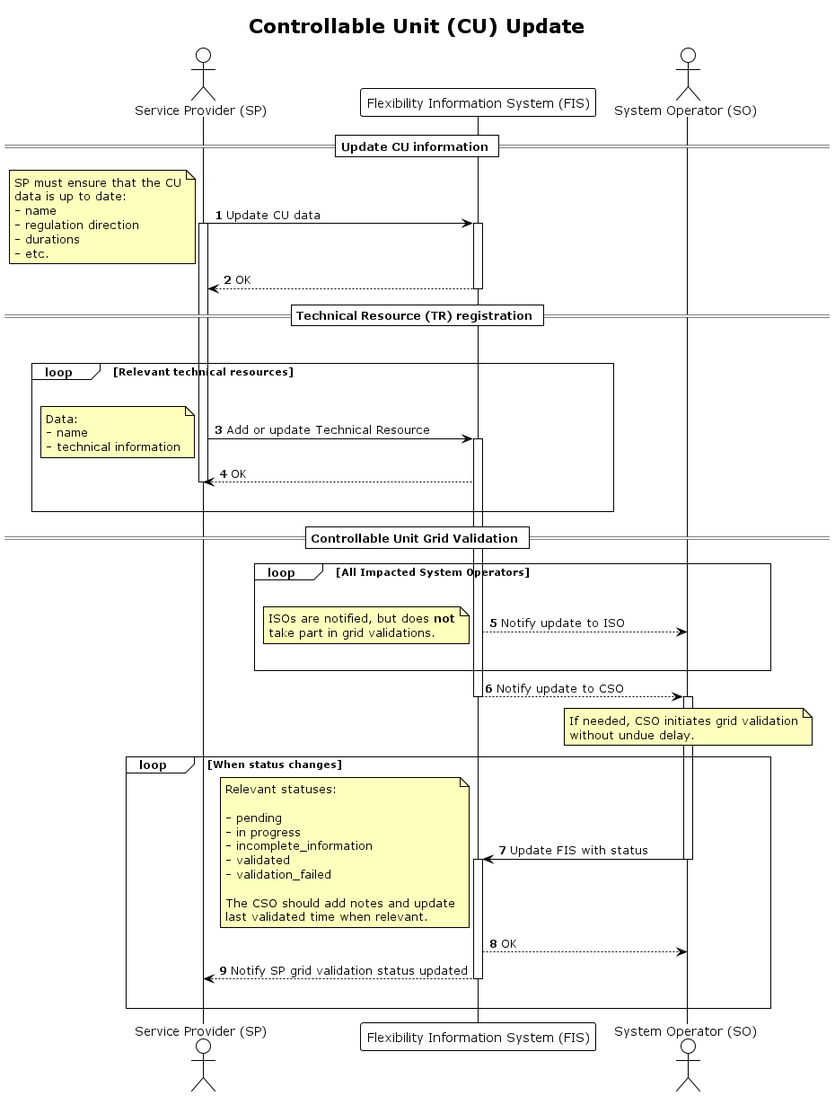
This is docs/diagrams/controllable_unit_update.png from elhub/flex-information-system, a PlantUML export, as it was before one commit. Source of this version:
```plantuml
@startuml controllable_unit_update
!theme plain

title Controllable Unit (CU) Update

autonumber
skinparam note {
    BackgroundColor #FFFFBD
}

actor "Service Provider (SP)" as SP
participant "Flexibility Information System (FIS)" as FIS
actor "System Operator (SO)" as SO


== Update CU information ==

SP -> FIS: Update CU data
activate SP
note left
    SP must ensure that the CU
    data is up to date:
    - name
    - regulation direction
    - durations
    - etc.
end note
activate FIS
FIS --> SP: OK

deactivate FIS

== Technical Resource (TR) registration ==

loop For each relevant TR of the CU

loop Relevant technical resources
    |||
    SP -> FIS: Add or update Technical Resource
    note left
        Data:
        - name
        - technical information
    end note
    activate FIS
    FIS --> SP: OK
    deactivate SP
    |||
end

== Controllable Unit Grid Validation ==

loop All Impacted System Operators
    |||
    FIS --> SO: Notify update to ISO
    note left
        ISOs are notified, but does <b>not</b>
        take part in grid validations.
    end note
    |||
end
FIS --> SO: Notify update to CSO
deactivate FIS
activate SO

note over SO
    If needed, CSO initiates grid validation
    without undue delay.
end note

loop When status changes
    SO -> FIS: Update FIS with status
    deactivate SO
    note left
        Relevant statuses:

        - pending
        - in progress
        - incomplete_information
        - validated
        - validation_failed

        The CSO should add notes and update
        last validated time when relevant.
    end note
    activate FIS
    FIS --> SO: OK
    FIS --> SP: Notify SP grid validation status updated
    deactivate FIS
    |||
end


@enduml
```
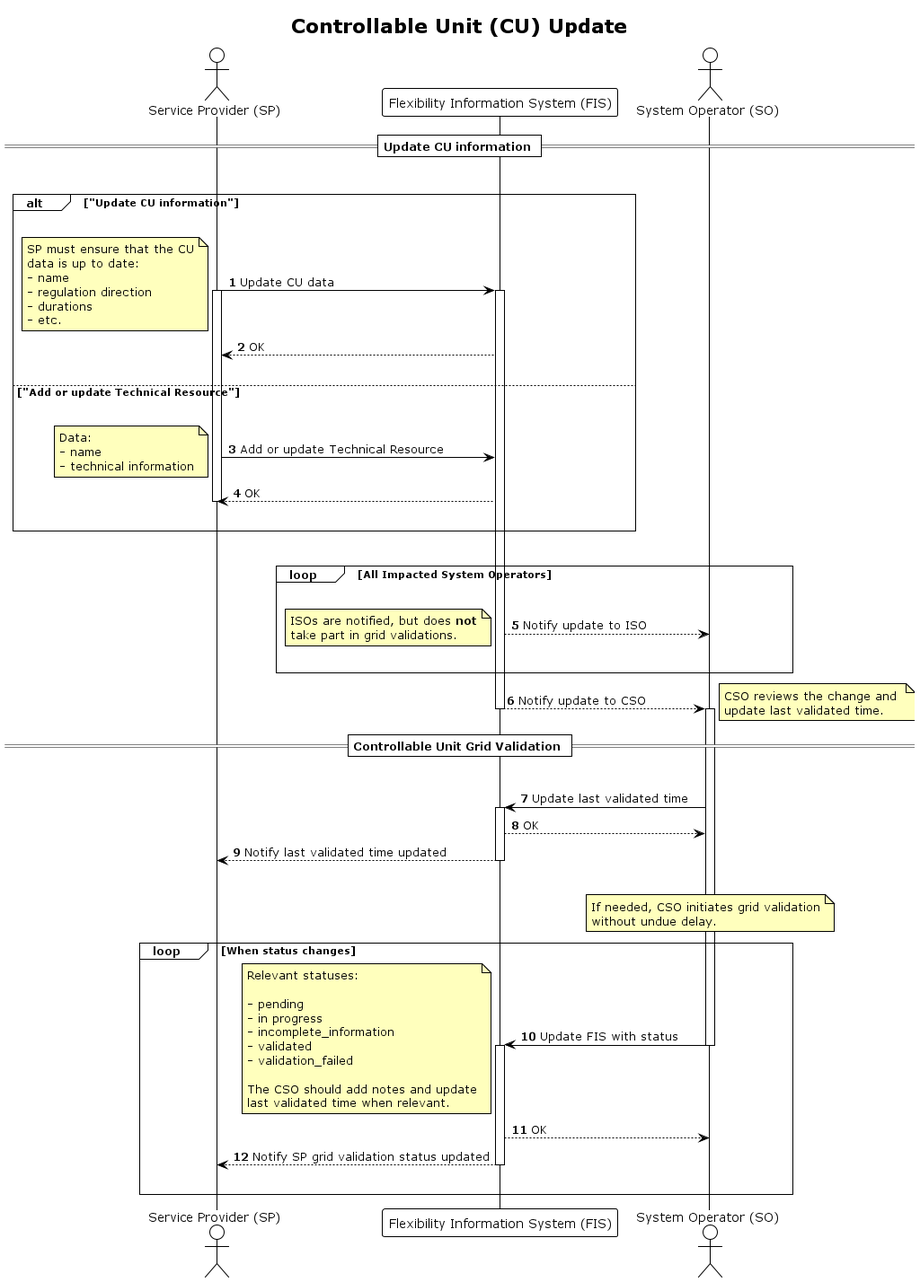
Later version of the same file.

Commit message:
docs(process): update cu information (FLEX-658)

Change to the diagram source:
```diff
@@ -15,8 +15,12 @@
 
 == Update CU information ==
 
-SP -> FIS: Update CU data
-activate SP
+|||
+
+alt "Update CU information"
+    |||
+    SP -> FIS: Update CU data
+    activate SP
 note left
     SP must ensure that the CU
     data is up to date:
@@ -27,14 +31,8 @@
 end note
 activate FIS
 FIS --> SP: OK
-
-deactivate FIS
-
-== Technical Resource (TR) registration ==
-
-loop For each relevant TR of the CU
-
-loop Relevant technical resources
+    |||
+else "Add or update Technical Resource"
     |||
     SP -> FIS: Add or update Technical Resource
     note left
@@ -42,13 +40,11 @@
         - name
         - technical information
     end note
-    activate FIS
     FIS --> SP: OK
     deactivate SP
     |||
 end
-
-== Controllable Unit Grid Validation ==
+    |||
 
 loop All Impacted System Operators
     |||
@@ -61,7 +57,22 @@
 end
 FIS --> SO: Notify update to CSO
 deactivate FIS
+
+== Controllable Unit Grid Validation ==
+
 activate SO
+    |||
+note right
+    CSO reviews the change and
+    update last validated time.
+end note
+
+SO -> FIS: Update last validated time
+activate FIS
+FIS --> SO: OK
+FIS --> SP: Notify last validated time updated
+deactivate FIS
+|||
 
 note over SO
     If needed, CSO initiates grid validation
```
